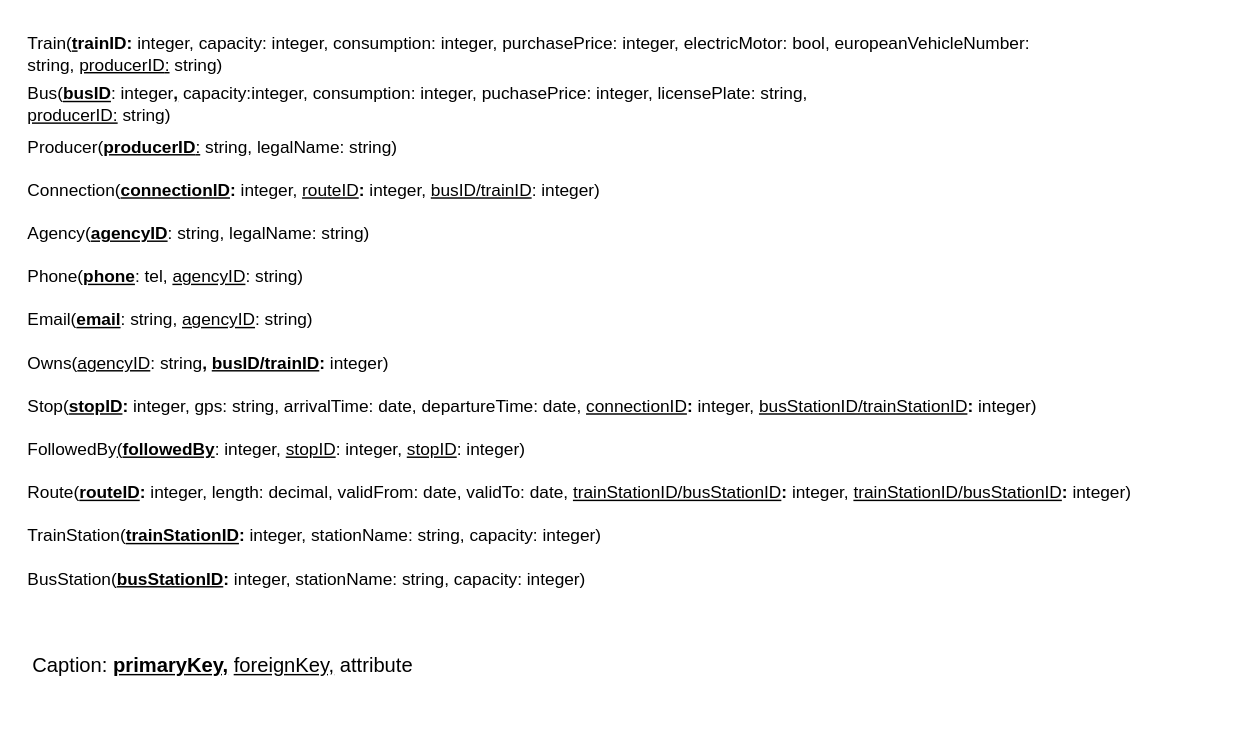
Earlier version of the draw.io diagram 4/model/relational.drawio (zhukovdm/T1G4). Source tidied: cells renumbered, new cells numbered last; positions are measured from the earlier drawing's top-left corner, leaving out a move shared by most shapes. Both pictures are drawn from the tidied source at 144%, with x=0, y=0 at pixel (24, 24).
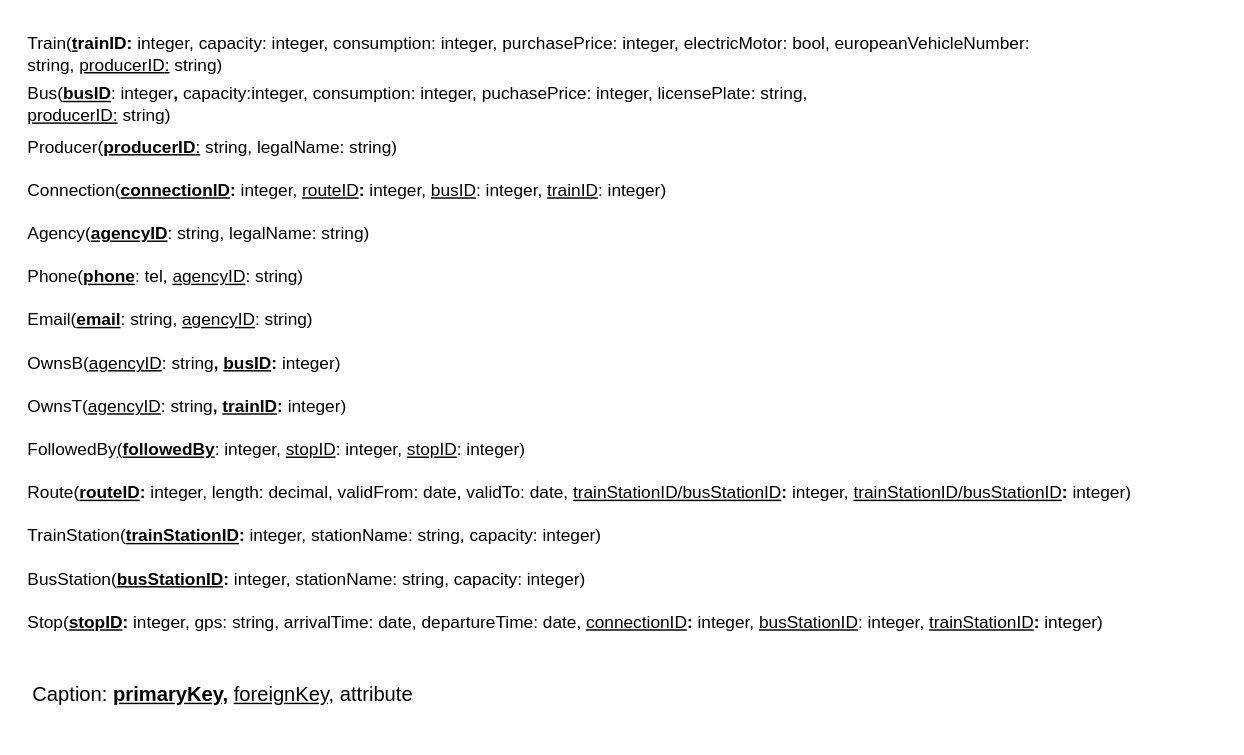
The same page after the edit.

Commit message (it also covers changes not shown here):
bus/train into separate columns, stations the same, owns -> ownsT and ownsB

What changed in the source:
```diff
@@
 <mxGraphModel>
   <root>
     <mxCell id="0" />
     <mxCell id="1" parent="0" />
     <mxCell id="2" value="Train(&lt;b&gt;&lt;u&gt;t&lt;/u&gt;&lt;/b&gt;&lt;b&gt;rainID:&lt;/b&gt;&amp;nbsp;integer, capacity: integer, consumption: integer, purchasePrice: integer, electricMotor: bool, europeanVehicleNumber: string, &lt;u&gt;producerID&lt;/u&gt;&lt;u&gt;:&lt;/u&gt;&amp;nbsp;string)" style="text;html=1;strokeColor=none;fillColor=none;align=left;verticalAlign=middle;whiteSpace=wrap;rounded=0;" parent="1" vertex="1">
       <mxGeometry width="700" height="40" as="geometry" />
     </mxCell>
     <mxCell id="3" value="Bus(&lt;u style=&quot;font-weight: bold&quot;&gt;busID&lt;/u&gt;: integer&lt;u style=&quot;font-weight: bold&quot;&gt;,&lt;/u&gt; capacity:integer, consumption: integer, puchasePrice: integer, licensePlate: string, &lt;u&gt;producerID:&lt;/u&gt;&amp;nbsp;string)" style="text;html=1;strokeColor=none;fillColor=none;align=left;verticalAlign=middle;whiteSpace=wrap;rounded=0;" parent="1" vertex="1">
       <mxGeometry y="40" width="550" height="30" as="geometry" />
     </mxCell>
     <mxCell id="4" value="Producer(&lt;b&gt;&lt;u&gt;producerID&lt;/u&gt;&lt;/b&gt;&lt;u&gt;:&lt;/u&gt;&amp;nbsp;string, legalName: string)" style="text;html=1;strokeColor=none;fillColor=none;align=left;verticalAlign=middle;whiteSpace=wrap;rounded=0;" parent="1" vertex="1">
       <mxGeometry y="70" width="260" height="30" as="geometry" />
     </mxCell>
-    <mxCell id="5" value="Connection(&lt;b&gt;&lt;u&gt;connectionID&lt;/u&gt;&lt;/b&gt;&lt;b&gt;:&lt;/b&gt;&amp;nbsp;integer, &lt;u&gt;routeID&lt;/u&gt;&lt;b&gt;:&lt;/b&gt;&amp;nbsp;integer, &lt;u&gt;busID/trainID&lt;/u&gt;: integer)" style="text;html=1;strokeColor=none;fillColor=none;align=left;verticalAlign=middle;whiteSpace=wrap;rounded=0;" parent="1" vertex="1">
-      <mxGeometry y="100" width="440" height="30" as="geometry" />
+    <mxCell id="5" value="Connection(&lt;b&gt;&lt;u&gt;connectionID&lt;/u&gt;&lt;/b&gt;&lt;b&gt;:&lt;/b&gt;&amp;nbsp;integer, &lt;u&gt;routeID&lt;/u&gt;&lt;b&gt;:&lt;/b&gt;&amp;nbsp;integer, &lt;u&gt;busID&lt;/u&gt;: integer,&amp;nbsp;&lt;u&gt;trainID&lt;/u&gt;: integer)" style="text;html=1;strokeColor=none;fillColor=none;align=left;verticalAlign=middle;whiteSpace=wrap;rounded=0;" parent="1" vertex="1">
+      <mxGeometry y="100" width="460" height="30" as="geometry" />
     </mxCell>
     <mxCell id="6" style="edgeStyle=none;html=1;" parent="1" edge="1" target="5">
       <mxGeometry relative="1" as="geometry">
         <mxPoint x="180" y="130" as="sourcePoint" />
       </mxGeometry>
     </mxCell>
     <mxCell id="7" value="Agency(&lt;b&gt;&lt;u&gt;agencyID&lt;/u&gt;&lt;/b&gt;: string, legalName: string)" style="text;html=1;strokeColor=none;fillColor=none;align=left;verticalAlign=middle;whiteSpace=wrap;rounded=0;" parent="1" vertex="1">
       <mxGeometry y="130" width="240" height="30" as="geometry" />
     </mxCell>
     <mxCell id="8" value="Phone(&lt;b&gt;&lt;u&gt;phone&lt;/u&gt;&lt;/b&gt;: tel, &lt;u&gt;agencyID&lt;/u&gt;: string)" style="text;html=1;strokeColor=none;fillColor=none;align=left;verticalAlign=middle;whiteSpace=wrap;rounded=0;" parent="1" vertex="1">
       <mxGeometry y="160" width="200" height="30" as="geometry" />
     </mxCell>
     <mxCell id="9" value="Email(&lt;b&gt;&lt;u&gt;email&lt;/u&gt;&lt;/b&gt;: string, &lt;u&gt;agencyID&lt;/u&gt;: string)" style="text;html=1;strokeColor=none;fillColor=none;align=left;verticalAlign=middle;whiteSpace=wrap;rounded=0;" parent="1" vertex="1">
       <mxGeometry y="190" width="210" height="30" as="geometry" />
     </mxCell>
-    <mxCell id="10" value="Owns(&lt;u&gt;agencyID&lt;/u&gt;: string&lt;b&gt;, &lt;u&gt;busID/trainID&lt;/u&gt;&lt;/b&gt;&lt;b&gt;:&lt;/b&gt;&amp;nbsp;integer)" style="text;html=1;strokeColor=none;fillColor=none;align=left;verticalAlign=middle;whiteSpace=wrap;rounded=0;" parent="1" vertex="1">
+    <mxCell id="10" value="OwnsB(&lt;u&gt;agencyID&lt;/u&gt;: string&lt;b&gt;, &lt;u&gt;busID&lt;/u&gt;&lt;/b&gt;&lt;b&gt;:&lt;/b&gt;&amp;nbsp;integer)" style="text;html=1;strokeColor=none;fillColor=none;align=left;verticalAlign=middle;whiteSpace=wrap;rounded=0;" parent="1" vertex="1">
       <mxGeometry y="220" width="260" height="30" as="geometry" />
     </mxCell>
-    <mxCell id="11" value="Stop(&lt;b&gt;&lt;u&gt;stopID&lt;/u&gt;&lt;/b&gt;&lt;b&gt;:&lt;/b&gt;&amp;nbsp;integer, gps: string, arrivalTime: date, departureTime: date, &lt;u&gt;connectionID&lt;/u&gt;&lt;b&gt;:&lt;/b&gt;&amp;nbsp;integer, &lt;u&gt;busStationID/trainStationID&lt;/u&gt;&lt;b&gt;:&lt;/b&gt;&amp;nbsp;integer)" style="text;html=1;strokeColor=none;fillColor=none;align=left;verticalAlign=middle;whiteSpace=wrap;rounded=0;" parent="1" vertex="1">
-      <mxGeometry y="250" width="710" height="30" as="geometry" />
+    <mxCell id="11" value="Stop(&lt;b&gt;&lt;u&gt;stopID&lt;/u&gt;&lt;/b&gt;&lt;b&gt;:&lt;/b&gt;&amp;nbsp;integer, gps: string, arrivalTime: date, departureTime: date, &lt;u&gt;connectionID&lt;/u&gt;&lt;b&gt;:&lt;/b&gt;&amp;nbsp;integer, &lt;u&gt;busStationID&lt;/u&gt;:&amp;nbsp;integer,&amp;nbsp;&lt;u&gt;trainStationID&lt;/u&gt;&lt;b&gt;:&lt;/b&gt;&amp;nbsp;integer)" style="text;html=1;strokeColor=none;fillColor=none;align=left;verticalAlign=middle;whiteSpace=wrap;rounded=0;" parent="1" vertex="1">
+      <mxGeometry y="400" width="830" height="30" as="geometry" />
     </mxCell>
     <mxCell id="12" value="Route(&lt;b&gt;&lt;u&gt;routeID&lt;/u&gt;&lt;/b&gt;&lt;b&gt;:&lt;/b&gt;&amp;nbsp;integer,&amp;nbsp;length: decimal, validFrom: date, validTo: date, &lt;u&gt;trainStationID/busStationID&lt;/u&gt;&lt;b&gt;:&lt;/b&gt;&amp;nbsp;integer, &lt;u&gt;trainStationID/busStationID&lt;/u&gt;&lt;b&gt;:&lt;/b&gt;&amp;nbsp;integer)" style="text;html=1;strokeColor=none;fillColor=none;align=left;verticalAlign=middle;whiteSpace=wrap;rounded=0;" parent="1" vertex="1">
       <mxGeometry y="310" width="770" height="30" as="geometry" />
     </mxCell>
     <mxCell id="13" style="edgeStyle=none;html=1;" parent="1" edge="1" source="14" target="12">
       <mxGeometry relative="1" as="geometry" />
     </mxCell>
     <mxCell id="14" value="TrainStation(&lt;b&gt;&lt;u&gt;trainStationID&lt;/u&gt;&lt;/b&gt;&lt;b&gt;:&lt;/b&gt;&amp;nbsp;integer, stationName: string, capacity: integer)&amp;nbsp;&amp;nbsp;" style="text;html=1;strokeColor=none;fillColor=none;align=left;verticalAlign=middle;whiteSpace=wrap;rounded=0;" parent="1" vertex="1">
       <mxGeometry y="340" width="410" height="30" as="geometry" />
     </mxCell>
     <mxCell id="15" value="BusStation(&lt;b&gt;&lt;u&gt;busStationID&lt;/u&gt;&lt;/b&gt;&lt;b&gt;:&lt;/b&gt;&amp;nbsp;integer, stationName: string, capacity: integer)" style="text;html=1;strokeColor=none;fillColor=none;align=left;verticalAlign=middle;whiteSpace=wrap;rounded=0;" parent="1" vertex="1">
       <mxGeometry y="370" width="390" height="30" as="geometry" />
     </mxCell>
     <mxCell id="16" value="&lt;font style=&quot;font-size: 14px&quot;&gt;Caption: &lt;b&gt;&lt;u&gt;primaryKey,&lt;/u&gt;&amp;nbsp;&lt;/b&gt;&lt;u&gt;foreignKey,&lt;/u&gt;&amp;nbsp;attribute&lt;/font&gt;" style="text;html=1;strokeColor=none;fillColor=none;align=center;verticalAlign=middle;whiteSpace=wrap;rounded=0;" parent="1" vertex="1">
-      <mxGeometry y="420" width="275" height="50" as="geometry" />
+      <mxGeometry y="440" width="275" height="50" as="geometry" />
     </mxCell>
     <mxCell id="17" value="&lt;div&gt;FollowedBy&lt;u&gt;(&lt;/u&gt;&lt;b&gt;&lt;u&gt;followedBy&lt;/u&gt;&lt;/b&gt;&lt;span&gt;: integer&lt;/span&gt;,&amp;nbsp;&lt;u&gt;stopID&lt;/u&gt;: integer, &lt;u&gt;stopID&lt;/u&gt;: integer)&lt;/div&gt;" style="text;html=1;strokeColor=none;fillColor=none;align=left;verticalAlign=middle;whiteSpace=wrap;rounded=0;" parent="1" vertex="1">
       <mxGeometry y="280" width="400" height="30" as="geometry" />
     </mxCell>
+    <mxCell id="18" value="&lt;span&gt;OwnsT(&lt;/span&gt;&lt;u&gt;agencyID&lt;/u&gt;&lt;span&gt;: string&lt;/span&gt;&lt;b&gt;,&amp;nbsp;&lt;u&gt;trainID&lt;/u&gt;&lt;/b&gt;&lt;b&gt;:&lt;/b&gt;&lt;span&gt;&amp;nbsp;integer)&lt;/span&gt;" style="text;html=1;strokeColor=none;fillColor=none;align=left;verticalAlign=middle;whiteSpace=wrap;rounded=0;" parent="1" vertex="1">
+      <mxGeometry y="250" width="390" height="30" as="geometry" />
+    </mxCell>
   </root>
 </mxGraphModel>
```
